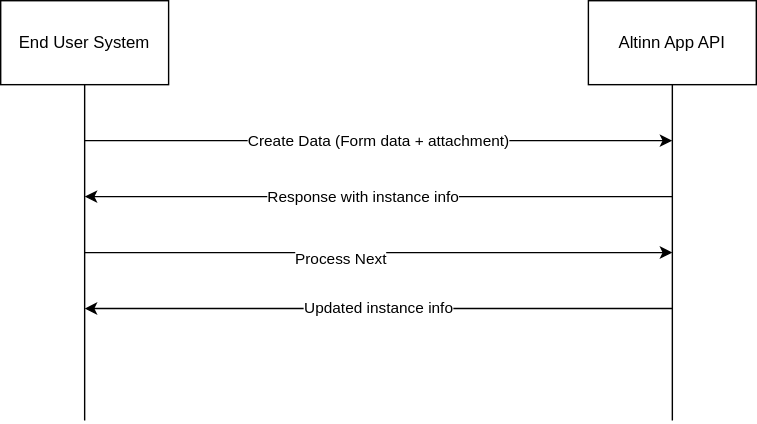
Above: content/api/guides/endusersystems/submitdata/endusersystem.drawio.svg in Altinn/altinn-studio-docs (draw.io), before the change. Source tidied: cells renumbered, new cells last; positions are measured from the earlier drawing's top-left corner, leaving out a move shared by most shapes.
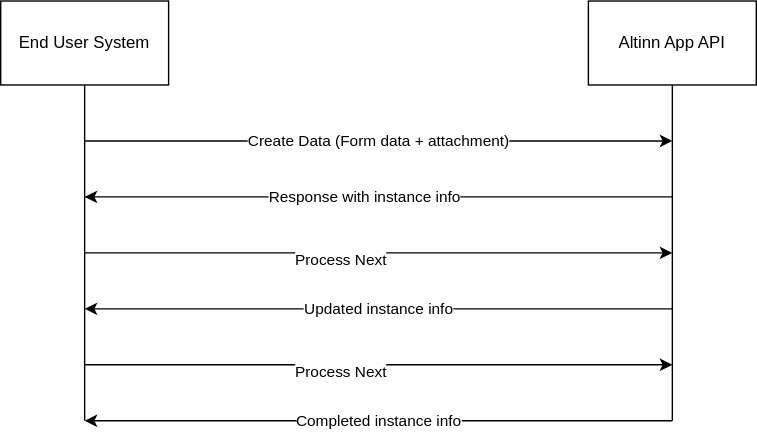
After the change.

The edit, as a diff of the source:
```diff
@@ -50,5 +50,20 @@
         <mxPoint x="60" y="220" as="targetPoint" />
       </mxGeometry>
     </mxCell>
+    <mxCell id="12" style="endArrow=classic;html=1;" parent="1" edge="1">
+      <mxGeometry relative="1" as="geometry">
+        <mxPoint x="60" y="260" as="sourcePoint" />
+        <mxPoint x="480" y="260" as="targetPoint" />
+      </mxGeometry>
+    </mxCell>
+    <mxCell id="13" value="Process Next" style="edgeLabel;html=1;align=center;verticalAlign=middle;" parent="12" vertex="1">
+      <mxGeometry x="-0.14" y="-4" relative="1" as="geometry" />
+    </mxCell>
+    <mxCell id="14" value="Completed instance info" style="endArrow=classic;html=1;" parent="1" edge="1">
+      <mxGeometry relative="1" as="geometry">
+        <mxPoint x="480" y="300" as="sourcePoint" />
+        <mxPoint x="60" y="300" as="targetPoint" />
+      </mxGeometry>
+    </mxCell>
   </root>
 </mxGraphModel>
```
